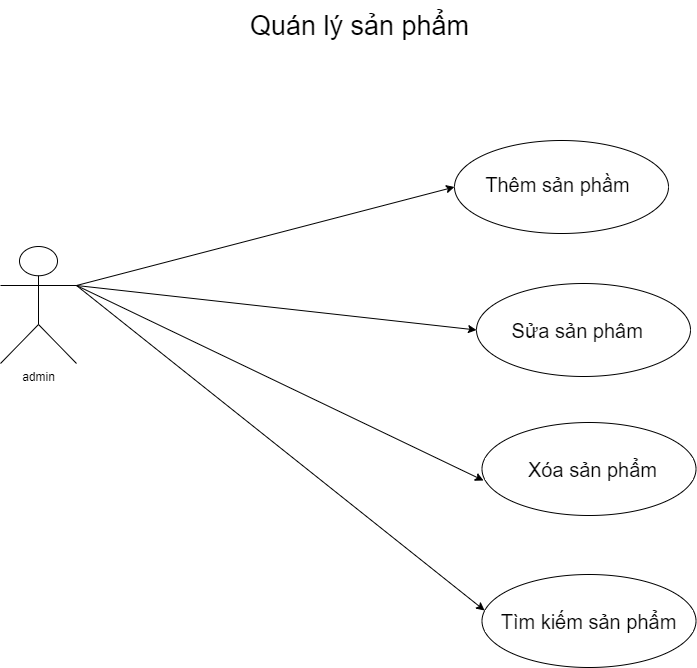
Earlier version of the draw.io export .drawio1.png (dungvu242k3/JAVA). Source tidied: cells renumbered, new cells last; positions are measured from the earlier drawing's top-left corner, leaving out a move shared by most shapes.
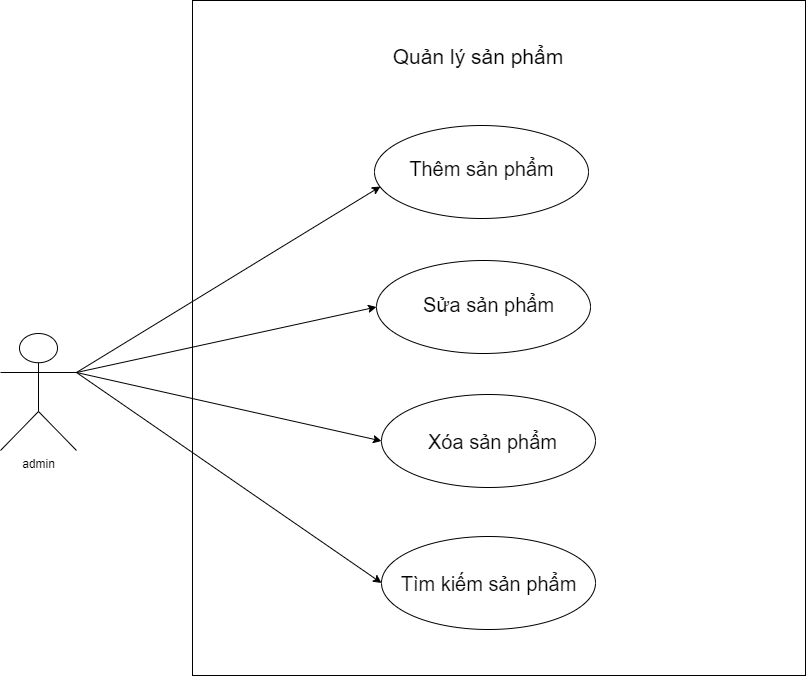
After the commit.

Commit message:
Cập nhật .drawio1.png

The edit, as a diff of the source:
```diff
@@ -5,44 +5,62 @@
     <mxCell id="2" value="admin" style="shape=umlActor;verticalLabelPosition=bottom;verticalAlign=top;html=1;outlineConnect=0;" parent="1" vertex="1">
       <mxGeometry y="246" width="76" height="117" as="geometry" />
     </mxCell>
-    <mxCell id="3" style="endArrow=classic;html=1;rounded=0;exitX=1;exitY=0.3333333333333333;exitDx=0;exitDy=0;exitPerimeter=0;entryX=0;entryY=0.5;entryDx=0;entryDy=0;" parent="1" edge="1" source="2" target="4">
-      <mxGeometry relative="1" as="geometry" />
-    </mxCell>
-    <mxCell id="4" style="ellipse;whiteSpace=wrap;html=1;" parent="1" vertex="1">
-      <mxGeometry x="454" y="140" width="214" height="93" as="geometry" />
-    </mxCell>
-    <mxCell id="5" style="endArrow=classic;html=1;rounded=0;entryX=0;entryY=0.5;entryDx=0;entryDy=0;exitX=1;exitY=0.3333333333333333;exitDx=0;exitDy=0;exitPerimeter=0;" parent="1" edge="1" source="2" target="9">
-      <mxGeometry relative="1" as="geometry" />
-    </mxCell>
-    <mxCell id="6" style="endArrow=classic;html=1;rounded=0;exitX=1;exitY=0.3333333333333333;exitDx=0;exitDy=0;exitPerimeter=0;entryX=0.007;entryY=0.624;entryDx=0;entryDy=0;entryPerimeter=0;" parent="1" edge="1" source="2" target="10">
-      <mxGeometry relative="1" as="geometry" />
-    </mxCell>
-    <mxCell id="7" style="endArrow=classic;html=1;rounded=0;entryX=0.012;entryY=0.387;entryDx=0;entryDy=0;entryPerimeter=0;exitX=1;exitY=0.3333333333333333;exitDx=0;exitDy=0;exitPerimeter=0;" parent="1" edge="1" source="2" target="11">
-      <mxGeometry relative="1" as="geometry" />
-    </mxCell>
-    <mxCell id="8" value="&lt;font style=&quot;font-size: 20px;&quot;&gt;Thêm sản phầm&lt;/font&gt;" style="text;html=1;align=center;verticalAlign=middle;whiteSpace=wrap;rounded=0;" parent="1" vertex="1">
-      <mxGeometry x="462" y="153" width="191" height="61" as="geometry" />
-    </mxCell>
-    <mxCell id="9" style="ellipse;whiteSpace=wrap;html=1;" parent="1" vertex="1">
-      <mxGeometry x="476" y="283" width="214" height="93" as="geometry" />
-    </mxCell>
-    <mxCell id="10" style="ellipse;whiteSpace=wrap;html=1;" parent="1" vertex="1">
-      <mxGeometry x="481.5" y="422" width="214" height="93" as="geometry" />
-    </mxCell>
-    <mxCell id="11" style="ellipse;whiteSpace=wrap;html=1;" parent="1" vertex="1">
-      <mxGeometry x="481.5" y="574" width="214" height="93" as="geometry" />
-    </mxCell>
-    <mxCell id="12" value="&lt;font style=&quot;font-size: 20px;&quot;&gt;Sửa sản phâm&lt;span style=&quot;white-space: pre;&quot;&gt;&#9;&lt;/span&gt;&lt;/font&gt;" style="text;html=1;align=center;verticalAlign=middle;whiteSpace=wrap;rounded=0;" parent="1" vertex="1">
-      <mxGeometry x="504.5" y="299" width="191" height="61" as="geometry" />
-    </mxCell>
+    <mxCell id="16" style="group;" parent="1" vertex="1">
+      <mxGeometry x="192" y="-87" width="613" height="675" as="geometry" />
+    </mxCell>
+    <mxCell id="17" style="rounded=0;whiteSpace=wrap;html=1;align=center;" parent="16" vertex="1">
+      <mxGeometry width="613" height="675" as="geometry" />
+    </mxCell>
+    <mxCell id="18" style="group;" parent="16" vertex="1">
+      <mxGeometry x="182" y="125" width="214" height="93" as="geometry" />
+    </mxCell>
+    <mxCell id="19" style="ellipse;whiteSpace=wrap;html=1;" parent="18" vertex="1">
+      <mxGeometry width="214" height="93" as="geometry" />
+    </mxCell>
+    <mxCell id="20" value="&lt;font style=&quot;font-size: 20px;&quot;&gt;Thêm sản phẩm&lt;/font&gt;" style="text;html=1;align=center;verticalAlign=middle;whiteSpace=wrap;rounded=0;" parent="18" vertex="1">
+      <mxGeometry x="11.5" y="12" width="191" height="61" as="geometry" />
+    </mxCell>
+    <mxCell id="21" style="group;" parent="16" vertex="1">
+      <mxGeometry x="184" y="260" width="214" height="93" as="geometry" />
+    </mxCell>
+    <mxCell id="22" style="ellipse;whiteSpace=wrap;html=1;" parent="21" vertex="1">
+      <mxGeometry width="214" height="93" as="geometry" />
+    </mxCell>
+    <mxCell id="23" value="&lt;span style=&quot;font-size: 20px;&quot;&gt;Sửa sản phẩm&lt;/span&gt;" style="text;html=1;align=center;verticalAlign=middle;whiteSpace=wrap;rounded=0;" parent="21" vertex="1">
+      <mxGeometry x="17" y="13" width="191" height="61" as="geometry" />
+    </mxCell>
+    <mxCell id="24" style="group;" parent="16" vertex="1">
+      <mxGeometry x="189" y="394" width="214" height="93" as="geometry" />
+    </mxCell>
+    <mxCell id="25" style="ellipse;whiteSpace=wrap;html=1;" parent="24" vertex="1">
+      <mxGeometry width="214" height="93" as="geometry" />
+    </mxCell>
-    <mxCell id="13" value="&lt;font style=&quot;font-size: 20px;&quot;&gt;Xóa sản phẩm&lt;/font&gt;" style="text;html=1;align=center;verticalAlign=middle;whiteSpace=wrap;rounded=0;" parent="1" vertex="1">
-      <mxGeometry x="497" y="438" width="191" height="61" as="geometry" />
+    <mxCell id="13" value="&lt;span style=&quot;font-size: 20px;&quot;&gt;Xóa sản phẩm&lt;/span&gt;" style="text;html=1;align=center;verticalAlign=middle;whiteSpace=wrap;rounded=0;" parent="24" vertex="1">
+      <mxGeometry x="15.5" y="16" width="191" height="61" as="geometry" />
     </mxCell>
+    <mxCell id="26" style="group;" parent="16" vertex="1">
+      <mxGeometry x="189" y="536" width="214" height="93" as="geometry" />
+    </mxCell>
+    <mxCell id="27" style="ellipse;whiteSpace=wrap;html=1;" parent="26" vertex="1">
+      <mxGeometry width="214" height="93" as="geometry" />
+    </mxCell>
-    <mxCell id="14" value="&lt;font style=&quot;font-size: 20px;&quot;&gt;Tìm kiếm sản phẩm&lt;/font&gt;" style="text;html=1;align=center;verticalAlign=middle;whiteSpace=wrap;rounded=0;" parent="1" vertex="1">
-      <mxGeometry x="493" y="590" width="191" height="61" as="geometry" />
+    <mxCell id="14" value="&lt;font style=&quot;font-size: 20px;&quot;&gt;Tìm kiếm sản phẩm&lt;/font&gt;" style="text;html=1;align=center;verticalAlign=middle;whiteSpace=wrap;rounded=0;" parent="26" vertex="1">
+      <mxGeometry x="11.5" y="16" width="191" height="61" as="geometry" />
     </mxCell>
-    <mxCell id="15" value="&lt;font style=&quot;font-size: 27px;&quot;&gt;Quán lý sản phẩm&lt;/font&gt;" style="text;html=1;align=center;verticalAlign=middle;whiteSpace=wrap;rounded=0;" parent="1" vertex="1">
-      <mxGeometry x="181" width="357" height="52" as="geometry" />
-    </mxCell>
+    <mxCell id="28" value="&lt;font style=&quot;font-size: 21px;&quot;&gt;Quản lý sản phẩm&lt;/font&gt;" style="text;html=1;align=center;verticalAlign=middle;whiteSpace=wrap;rounded=0;" parent="16" vertex="1">
+      <mxGeometry x="144" y="25" width="284" height="62" as="geometry" />
+    </mxCell>
+    <mxCell id="29" style="endArrow=classic;html=1;rounded=0;exitX=1;exitY=0.3333333333333333;exitDx=0;exitDy=0;exitPerimeter=0;entryX=0.028;entryY=0.656;entryDx=0;entryDy=0;entryPerimeter=0;" parent="1" edge="1" source="2" target="19">
+      <mxGeometry relative="1" as="geometry" />
+    </mxCell>
+    <mxCell id="30" style="endArrow=classic;html=1;rounded=0;entryX=0;entryY=0.5;entryDx=0;entryDy=0;exitX=1;exitY=0.3333333333333333;exitDx=0;exitDy=0;exitPerimeter=0;" parent="1" edge="1" source="2" target="22">
+      <mxGeometry relative="1" as="geometry" />
+    </mxCell>
+    <mxCell id="31" style="endArrow=classic;html=1;rounded=0;exitX=1;exitY=0.3333333333333333;exitDx=0;exitDy=0;exitPerimeter=0;entryX=0;entryY=0.5;entryDx=0;entryDy=0;" parent="1" edge="1" source="2" target="25">
+      <mxGeometry relative="1" as="geometry" />
+    </mxCell>
+    <mxCell id="32" style="endArrow=classic;html=1;rounded=0;entryX=0;entryY=0.5;entryDx=0;entryDy=0;exitX=1;exitY=0.3333333333333333;exitDx=0;exitDy=0;exitPerimeter=0;" parent="1" edge="1" source="2" target="27">
+      <mxGeometry relative="1" as="geometry" />
+    </mxCell>
   </root>
 </mxGraphModel>
```
